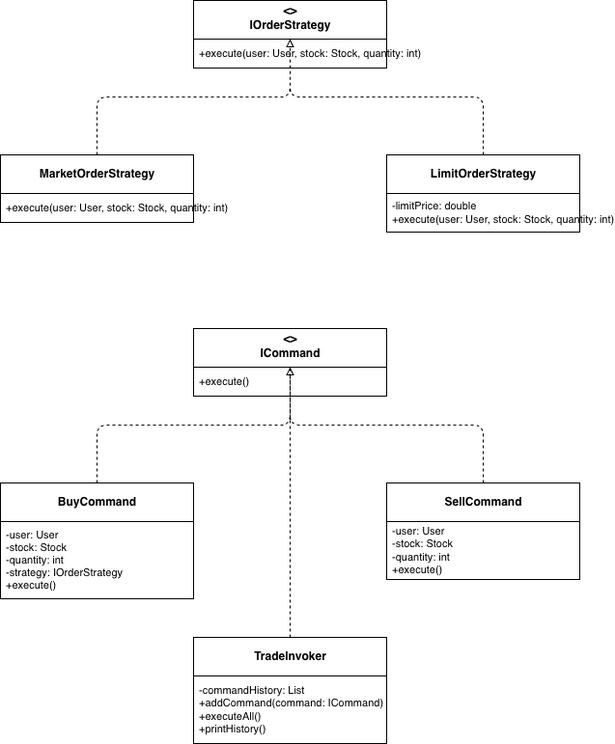
Earlier version of the draw.io export UML_Sprint3.png (lizj999/SE350_Project). Source tidied: cells renumbered, new cells last; positions are measured from the earlier drawing's top-left corner, leaving out a move shared by most shapes.
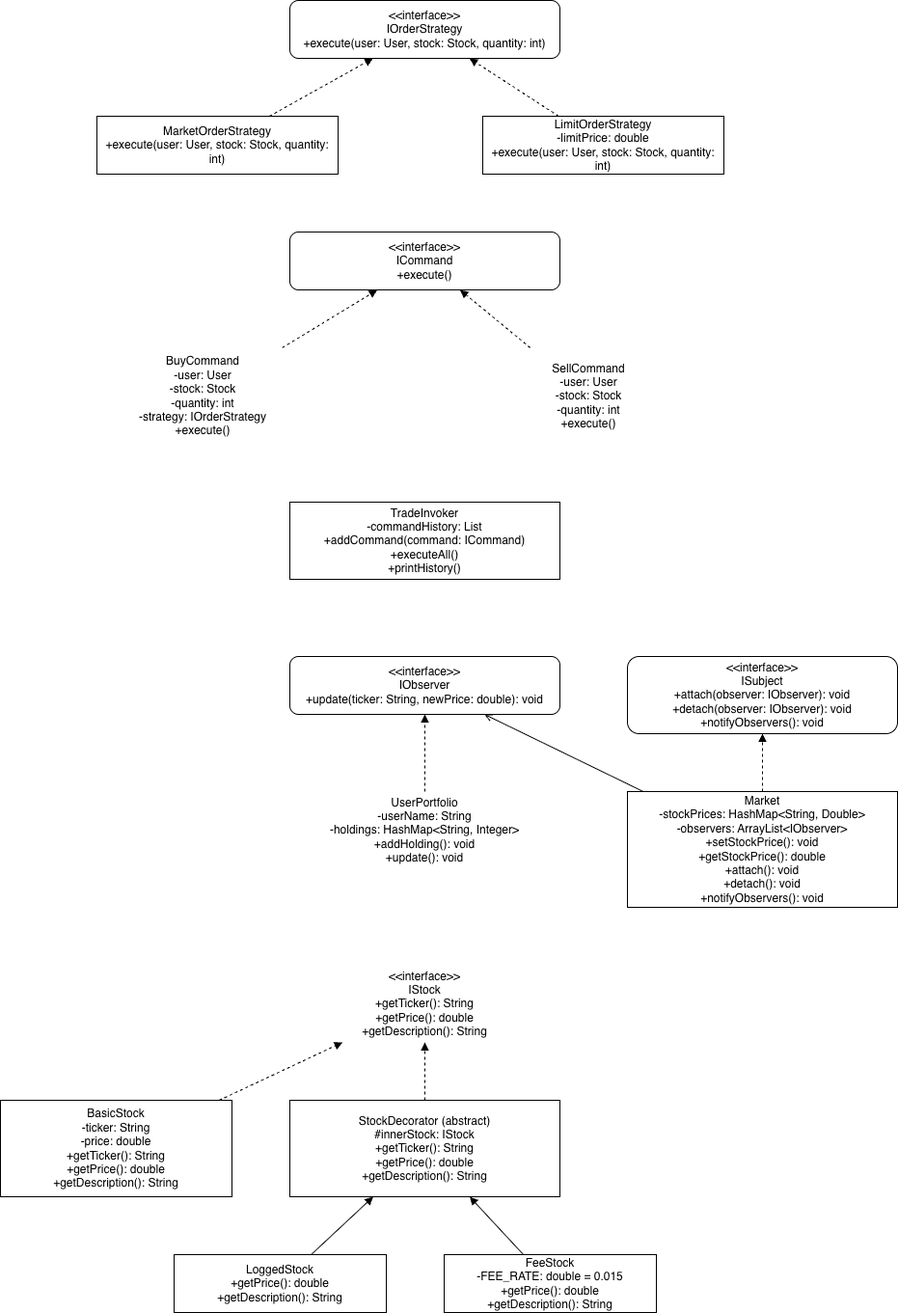
The same diagram one commit later.

Commit message:
Sprint 4: update UML diagram with Observer and Decorator patterns

The edit, as a diff of the source:
```diff
@@ -2,62 +2,86 @@
   <root>
     <mxCell id="0" />
     <mxCell id="1" parent="0" />
-    <mxCell id="2" value="&lt;&lt;interface&gt;&gt;&#10;IOrderStrategy" style="text;html=1;strokeColor=#000000;fillColor=#ffffff;align=center;verticalAlign=middle;spacingTop=-4;fontStyle=1;fontSize=12;" parent="1" vertex="1">
-      <mxGeometry x="200" width="200" height="40" as="geometry" />
+    <mxCell id="2" value="&lt;&lt;interface&gt;&gt;&#10;IOrderStrategy&#10;+execute(user: User, stock: Stock, quantity: int)" style="rounded=1;whiteSpace=wrap;" parent="1" vertex="1">
+      <mxGeometry x="300" y="-20" width="280" height="60" as="geometry" />
     </mxCell>
-    <mxCell id="3" value="+execute(user: User, stock: Stock, quantity: int)" style="text;html=1;strokeColor=#000000;fillColor=#ffffff;align=left;verticalAlign=middle;spacingLeft=4;fontSize=11;" parent="1" vertex="1">
-      <mxGeometry x="200" y="40" width="200" height="30" as="geometry" />
+    <mxCell id="3" value="MarketOrderStrategy&#10;+execute(user: User, stock: Stock, quantity: int)" style="rounded=0;whiteSpace=wrap;" parent="1" vertex="1">
+      <mxGeometry x="100" y="100" width="250" height="60" as="geometry" />
     </mxCell>
-    <mxCell id="4" value="MarketOrderStrategy" style="text;html=1;strokeColor=#000000;fillColor=#ffffff;align=center;verticalAlign=middle;fontStyle=1;fontSize=12;" parent="1" vertex="1">
-      <mxGeometry y="160" width="200" height="40" as="geometry" />
+    <mxCell id="4" value="LimitOrderStrategy&#10;-limitPrice: double&#10;+execute(user: User, stock: Stock, quantity: int)" style="rounded=0;whiteSpace=wrap;" parent="1" vertex="1">
+      <mxGeometry x="500" y="100" width="250" height="60" as="geometry" />
     </mxCell>
-    <mxCell id="5" value="+execute(user: User, stock: Stock, quantity: int)" style="text;html=1;strokeColor=#000000;fillColor=#ffffff;align=left;verticalAlign=middle;spacingLeft=4;fontSize=11;" parent="1" vertex="1">
-      <mxGeometry y="200" width="200" height="30" as="geometry" />
+    <mxCell id="5" style="dashed=1;endArrow=block;" parent="1" edge="1" source="3" target="2">
+      <mxGeometry relative="1" as="geometry" />
     </mxCell>
-    <mxCell id="6" value="LimitOrderStrategy" style="text;html=1;strokeColor=#000000;fillColor=#ffffff;align=center;verticalAlign=middle;fontStyle=1;fontSize=12;" parent="1" vertex="1">
-      <mxGeometry x="400" y="160" width="200" height="40" as="geometry" />
+    <mxCell id="6" style="dashed=1;endArrow=block;" parent="1" edge="1" source="4" target="2">
+      <mxGeometry relative="1" as="geometry" />
     </mxCell>
-    <mxCell id="7" value="-limitPrice: double&#10;+execute(user: User, stock: Stock, quantity: int)" style="text;html=1;strokeColor=#000000;fillColor=#ffffff;align=left;verticalAlign=middle;spacingLeft=4;fontSize=11;" parent="1" vertex="1">
-      <mxGeometry x="400" y="200" width="200" height="40" as="geometry" />
+    <mxCell id="7" value="&lt;&lt;interface&gt;&gt;&#10;ICommand&#10;+execute()" style="rounded=1;whiteSpace=wrap;" parent="1" vertex="1">
+      <mxGeometry x="300" y="220" width="280" height="60" as="geometry" />
     </mxCell>
-    <mxCell id="8" style="edgeStyle=orthogonalEdgeStyle;dashed=1;endArrow=block;endFill=0;" parent="1" edge="1" source="4" target="2">
-      <mxGeometry relative="1" as="geometry" />
+    <mxCell id="8" value="BuyCommand&#10;-user: User&#10;-stock: Stock&#10;-quantity: int&#10;-strategy: IOrderStrategy&#10;+execute()" style="rounded=0;whiteSpace=wrap;" parent="1" vertex="1">
+      <mxGeometry x="100" y="340" width="220" height="100" as="geometry" />
     </mxCell>
-    <mxCell id="9" style="edgeStyle=orthogonalEdgeStyle;dashed=1;endArrow=block;endFill=0;" parent="1" edge="1" source="6" target="2">
-      <mxGeometry relative="1" as="geometry" />
+    <mxCell id="9" value="SellCommand&#10;-user: User&#10;-stock: Stock&#10;-quantity: int&#10;+execute()" style="rounded=0;whiteSpace=wrap;" parent="1" vertex="1">
+      <mxGeometry x="500" y="340" width="220" height="100" as="geometry" />
     </mxCell>
-    <mxCell id="10" value="&lt;&lt;interface&gt;&gt;&#10;ICommand" style="text;html=1;strokeColor=#000000;fillColor=#ffffff;align=center;verticalAlign=middle;spacingTop=-4;fontStyle=1;fontSize=12;" parent="1" vertex="1">
-      <mxGeometry x="200" y="340" width="200" height="40" as="geometry" />
+    <mxCell id="10" value="TradeInvoker&#10;-commandHistory: List&#10;+addCommand(command: ICommand)&#10;+executeAll()&#10;+printHistory()" style="rounded=0;whiteSpace=wrap;" parent="1" vertex="1">
+      <mxGeometry x="300" y="500" width="280" height="80" as="geometry" />
     </mxCell>
-    <mxCell id="11" value="+execute()" style="text;html=1;strokeColor=#000000;fillColor=#ffffff;align=left;verticalAlign=middle;spacingLeft=4;fontSize=11;" parent="1" vertex="1">
-      <mxGeometry x="200" y="380" width="200" height="30" as="geometry" />
+    <mxCell id="11" style="dashed=1;endArrow=block;" parent="1" edge="1" source="8" target="7">
+      <mxGeometry relative="1" as="geometry" />
     </mxCell>
-    <mxCell id="12" value="BuyCommand" style="text;html=1;strokeColor=#000000;fillColor=#ffffff;align=center;verticalAlign=middle;fontStyle=1;fontSize=12;" parent="1" vertex="1">
-      <mxGeometry y="500" width="200" height="40" as="geometry" />
+    <mxCell id="12" style="dashed=1;endArrow=block;" parent="1" edge="1" source="9" target="7">
+      <mxGeometry relative="1" as="geometry" />
     </mxCell>
-    <mxCell id="13" value="-user: User&#10;-stock: Stock&#10;-quantity: int&#10;-strategy: IOrderStrategy&#10;+execute()" style="text;html=1;strokeColor=#000000;fillColor=#ffffff;align=left;verticalAlign=middle;spacingLeft=4;fontSize=11;" parent="1" vertex="1">
-      <mxGeometry y="540" width="200" height="80" as="geometry" />
+    <mxCell id="13" value="&lt;&lt;interface&gt;&gt;&#10;IObserver&#10;+update(ticker: String, newPrice: double): void" style="rounded=1;whiteSpace=wrap;" parent="1" vertex="1">
+      <mxGeometry x="300" y="660" width="280" height="60" as="geometry" />
     </mxCell>
-    <mxCell id="14" value="SellCommand" style="text;html=1;strokeColor=#000000;fillColor=#ffffff;align=center;verticalAlign=middle;fontStyle=1;fontSize=12;" parent="1" vertex="1">
-      <mxGeometry x="400" y="500" width="200" height="40" as="geometry" />
+    <mxCell id="14" value="&lt;&lt;interface&gt;&gt;&#10;ISubject&#10;+attach(observer: IObserver): void&#10;+detach(observer: IObserver): void&#10;+notifyObservers(): void" style="rounded=1;whiteSpace=wrap;" parent="1" vertex="1">
+      <mxGeometry x="650" y="660" width="280" height="80" as="geometry" />
     </mxCell>
-    <mxCell id="15" value="-user: User&#10;-stock: Stock&#10;-quantity: int&#10;+execute()" style="text;html=1;strokeColor=#000000;fillColor=#ffffff;align=left;verticalAlign=middle;spacingLeft=4;fontSize=11;" parent="1" vertex="1">
-      <mxGeometry x="400" y="540" width="200" height="60" as="geometry" />
+    <mxCell id="15" value="Market&#10;-stockPrices: HashMap&lt;String, Double&gt;&#10;-observers: ArrayList&lt;IObserver&gt;&#10;+setStockPrice(): void&#10;+getStockPrice(): double&#10;+attach(): void&#10;+detach(): void&#10;+notifyObservers(): void" style="rounded=0;whiteSpace=wrap;" parent="1" vertex="1">
+      <mxGeometry x="650" y="800" width="280" height="120" as="geometry" />
     </mxCell>
-    <mxCell id="16" style="edgeStyle=orthogonalEdgeStyle;dashed=1;endArrow=block;endFill=0;" parent="1" edge="1" source="12" target="10">
-      <mxGeometry relative="1" as="geometry" />
+    <mxCell id="16" value="UserPortfolio&#10;-userName: String&#10;-holdings: HashMap&lt;String, Integer&gt;&#10;+addHolding(): void&#10;+update(): void" style="rounded=0;whiteSpace=wrap;" parent="1" vertex="1">
+      <mxGeometry x="300" y="800" width="280" height="80" as="geometry" />
     </mxCell>
-    <mxCell id="17" style="edgeStyle=orthogonalEdgeStyle;dashed=1;endArrow=block;endFill=0;" parent="1" edge="1" source="14" target="10">
+    <mxCell id="17" style="dashed=1;endArrow=block;" parent="1" edge="1" source="15" target="14">
       <mxGeometry relative="1" as="geometry" />
     </mxCell>
-    <mxCell id="18" value="TradeInvoker" style="text;html=1;strokeColor=#000000;fillColor=#ffffff;align=center;verticalAlign=middle;fontStyle=1;fontSize=12;" parent="1" vertex="1">
-      <mxGeometry x="200" y="660" width="200" height="40" as="geometry" />
+    <mxCell id="18" style="dashed=1;endArrow=block;" parent="1" edge="1" source="16" target="13">
+      <mxGeometry relative="1" as="geometry" />
     </mxCell>
-    <mxCell id="19" value="-commandHistory: List&lt;ICommand&gt;&#10;+addCommand(command: ICommand)&#10;+executeAll()&#10;+printHistory()" style="text;html=1;strokeColor=#000000;fillColor=#ffffff;align=left;verticalAlign=middle;spacingLeft=4;fontSize=11;" parent="1" vertex="1">
-      <mxGeometry x="200" y="700" width="200" height="70" as="geometry" />
+    <mxCell id="19" style="endArrow=open;" parent="1" edge="1" source="15" target="13">
+      <mxGeometry relative="1" as="geometry" />
     </mxCell>
-    <mxCell id="20" style="edgeStyle=orthogonalEdgeStyle;dashed=1;endArrow=open;" parent="1" edge="1" source="18" target="10">
-      <mxGeometry relative="1" as="geometry" />
+    <mxCell id="20" value="&lt;&lt;interface&gt;&gt;&#10;IStock&#10;+getTicker(): String&#10;+getPrice(): double&#10;+getDescription(): String" style="rounded=1;whiteSpace=wrap;" parent="1" vertex="1">
+      <mxGeometry x="300" y="980" width="280" height="80" as="geometry" />
     </mxCell>
+    <mxCell id="21" value="BasicStock&#10;-ticker: String&#10;-price: double&#10;+getTicker(): String&#10;+getPrice(): double&#10;+getDescription(): String" style="rounded=0;whiteSpace=wrap;" parent="1" vertex="1">
+      <mxGeometry y="1120" width="240" height="100" as="geometry" />
+    </mxCell>
+    <mxCell id="22" value="StockDecorator (abstract)&#10;#innerStock: IStock&#10;+getTicker(): String&#10;+getPrice(): double&#10;+getDescription(): String" style="rounded=0;whiteSpace=wrap;" parent="1" vertex="1">
+      <mxGeometry x="300" y="1120" width="280" height="100" as="geometry" />
+    </mxCell>
+    <mxCell id="23" value="LoggedStock&#10;+getPrice(): double&#10;+getDescription(): String" style="rounded=0;whiteSpace=wrap;" parent="1" vertex="1">
+      <mxGeometry x="180" y="1280" width="220" height="60" as="geometry" />
+    </mxCell>
+    <mxCell id="24" value="FeeStock&#10;-FEE_RATE: double = 0.015&#10;+getPrice(): double&#10;+getDescription(): String" style="rounded=0;whiteSpace=wrap;" parent="1" vertex="1">
+      <mxGeometry x="460" y="1280" width="220" height="60" as="geometry" />
+    </mxCell>
+    <mxCell id="25" style="dashed=1;endArrow=block;" parent="1" edge="1" source="21" target="20">
+      <mxGeometry relative="1" as="geometry" />
+    </mxCell>
+    <mxCell id="26" style="dashed=1;endArrow=block;" parent="1" edge="1" source="22" target="20">
+      <mxGeometry relative="1" as="geometry" />
+    </mxCell>
+    <mxCell id="27" style="endArrow=block;" parent="1" edge="1" source="23" target="22">
+      <mxGeometry relative="1" as="geometry" />
+    </mxCell>
+    <mxCell id="28" style="endArrow=block;" parent="1" edge="1" source="24" target="22">
+      <mxGeometry relative="1" as="geometry" />
+    </mxCell>
   </root>
 </mxGraphModel>
```
